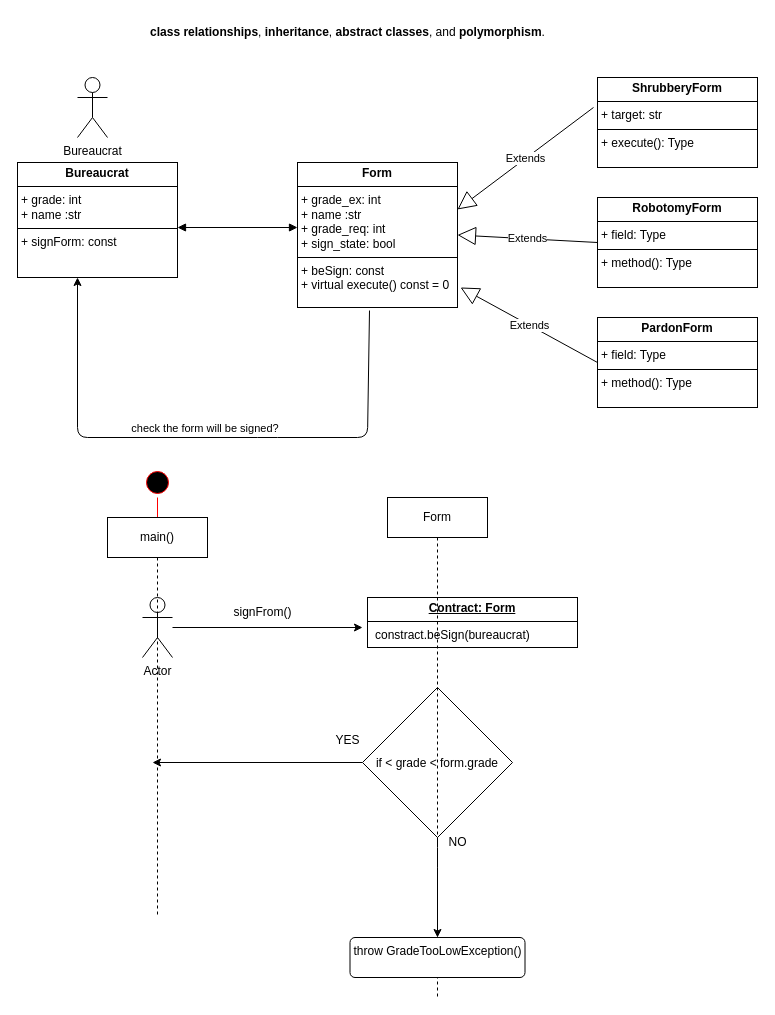
Before: cpp05/logic.drawio in JavadJan/cpp_modules, a draw.io diagram. Source tidied: cells renumbered, new cells numbered last; positions are measured from the earlier drawing's top-left corner, leaving out a move shared by most shapes. Both pictures are drawn from the tidied source at 100%, with x=0, y=0 at pixel (17, 17).
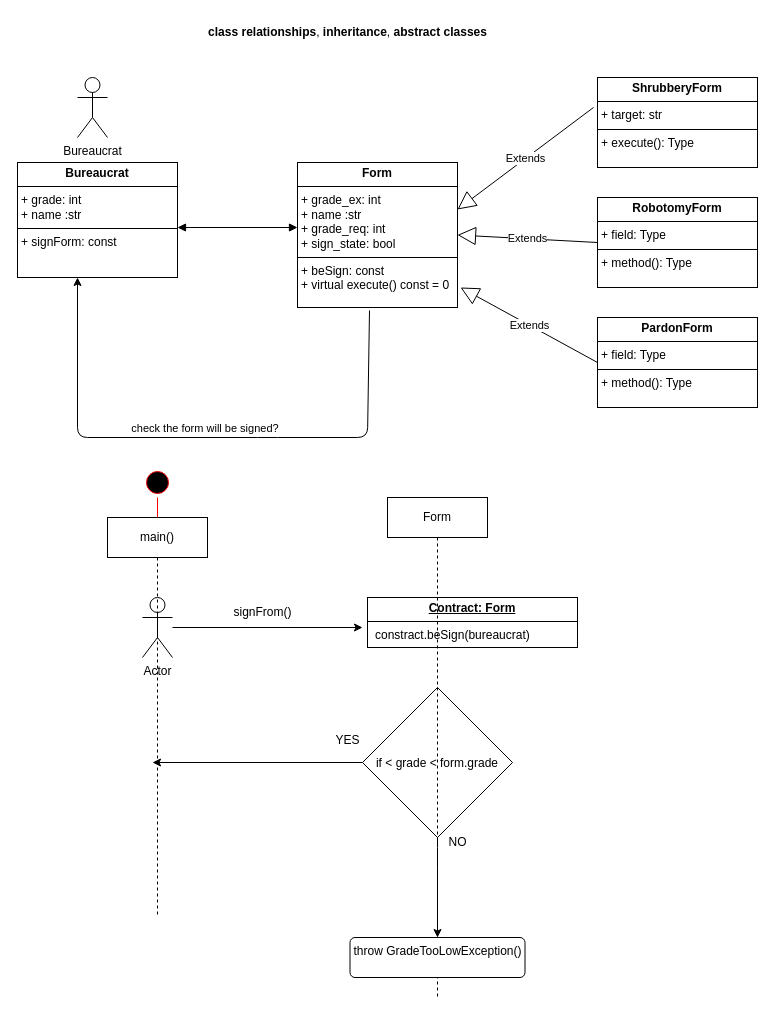
The same page after the edit.

The edit, as a diff of the source:
```diff
@@
-    <mxCell id="5" value="&lt;strong&gt;class relationships&lt;/strong&gt;, &lt;strong&gt;inheritance&lt;/strong&gt;, &lt;strong&gt;abstract classes&lt;/strong&gt;, and &lt;strong&gt;polymorphism&lt;/strong&gt;." style="text;html=1;align=center;verticalAlign=middle;strokeColor=none;fillColor=none;" parent="1" vertex="1">
-      <mxGeometry x="120" width="420" height="30" as="geometry" />
+    <mxCell id="5" value="&lt;strong&gt;class relationships&lt;/strong&gt;, &lt;strong&gt;inheritance&lt;/strong&gt;, &lt;strong&gt;abstract classes&lt;/strong&gt;" style="text;html=1;align=center;verticalAlign=middle;strokeColor=none;fillColor=none;" parent="1" vertex="1">
+      <mxGeometry x="180" width="300" height="30" as="geometry" />
     </mxCell>
```
